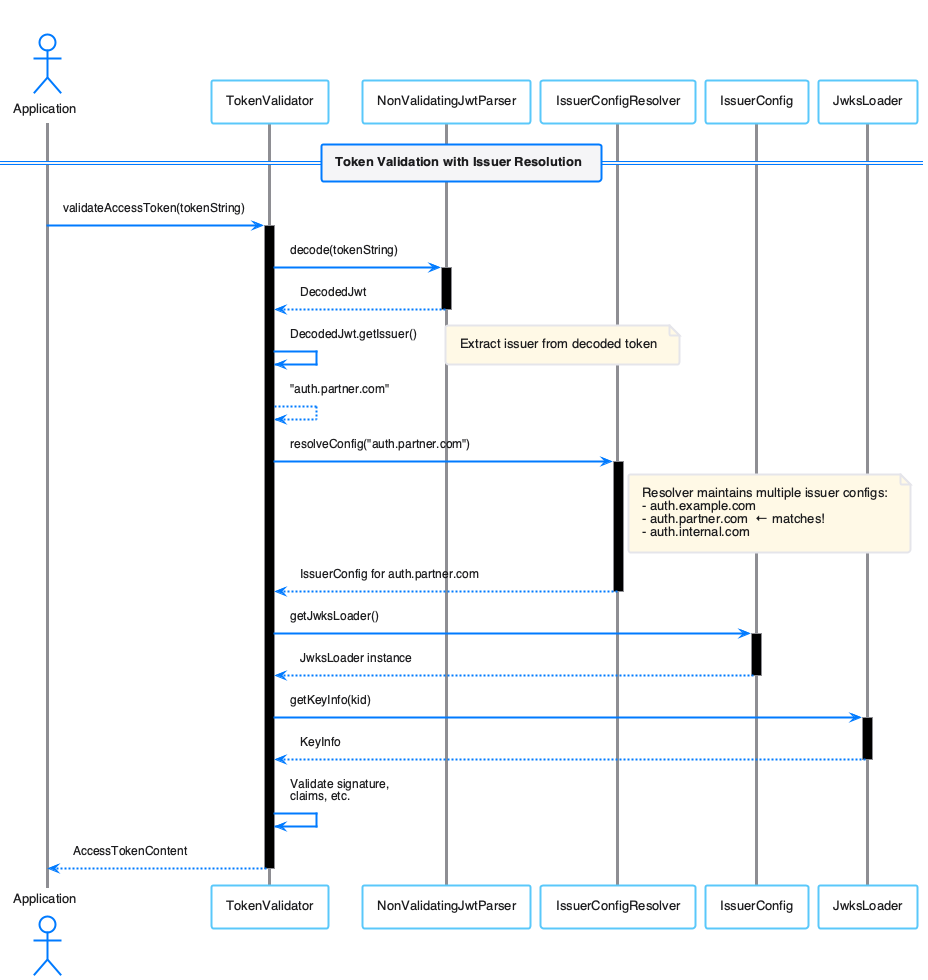
Above: doc/plantuml/multi-issuer-support.png in cuioss/TokenSheriff (PlantUML), before the change.
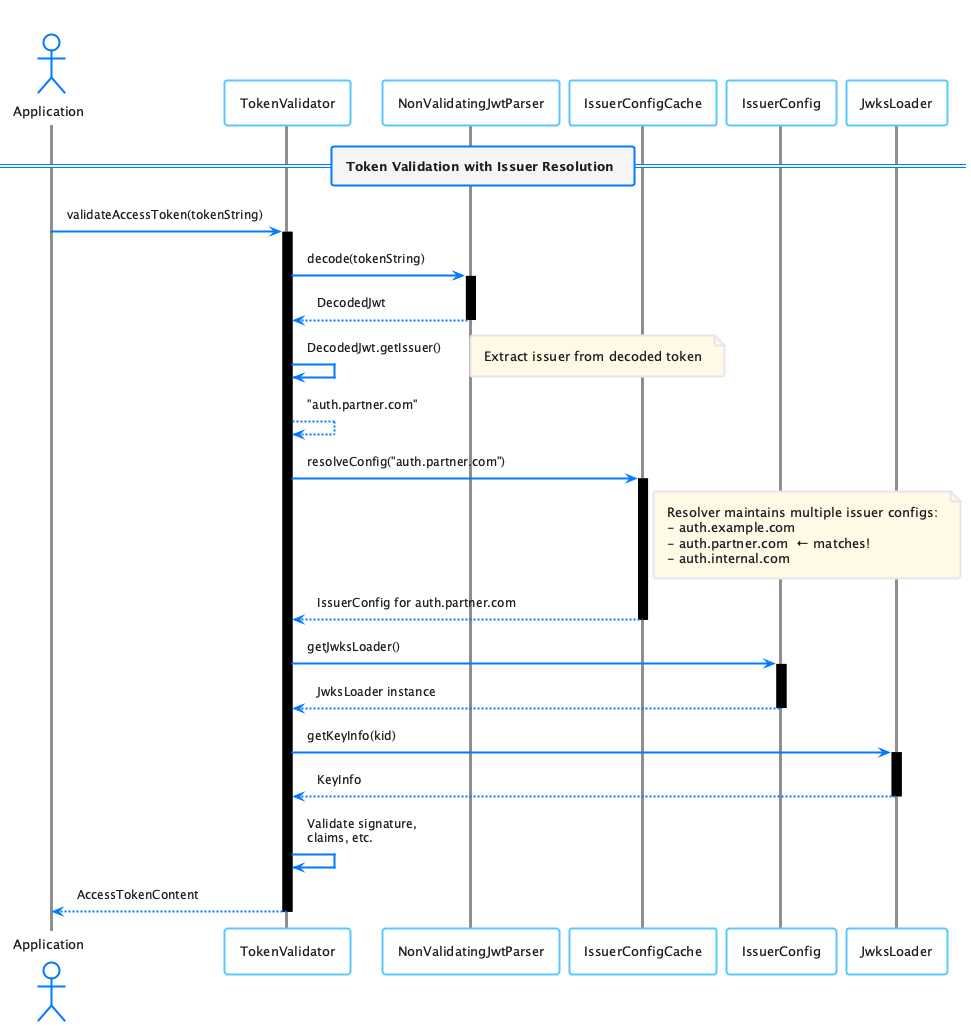
After the commit.

Change to the diagram source:
```diff
@@ -6,7 +6,7 @@
 actor "Application" as App
 participant "TokenValidator" as Validator
 participant "NonValidatingJwtParser" as Parser
-participant "IssuerConfigResolver" as Resolver
+participant "IssuerConfigCache" as Resolver
 participant "IssuerConfig" as Config
 participant "JwksLoader" as Loader
 
```
